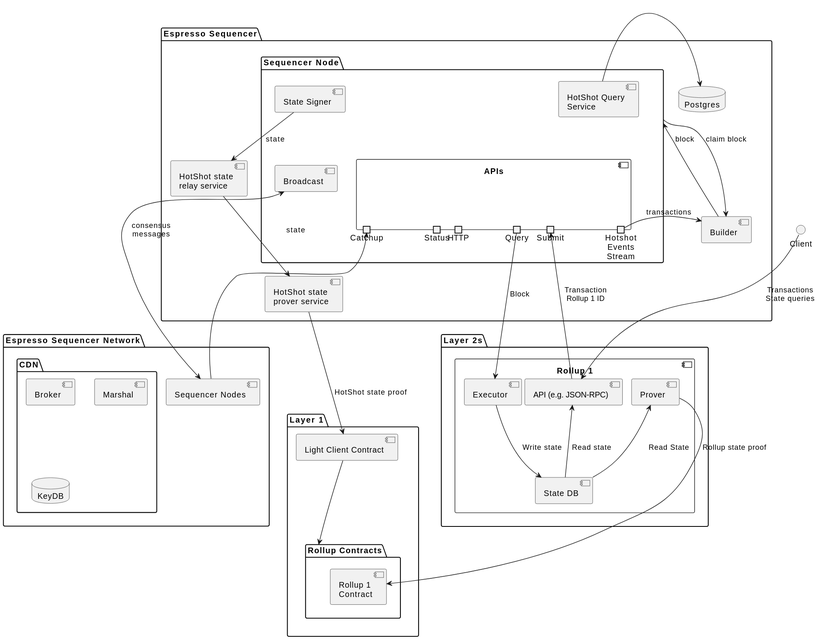
The PlantUML diagram doc/architecture.svg in EspressoSystems/espresso-sequencer, before a commit.
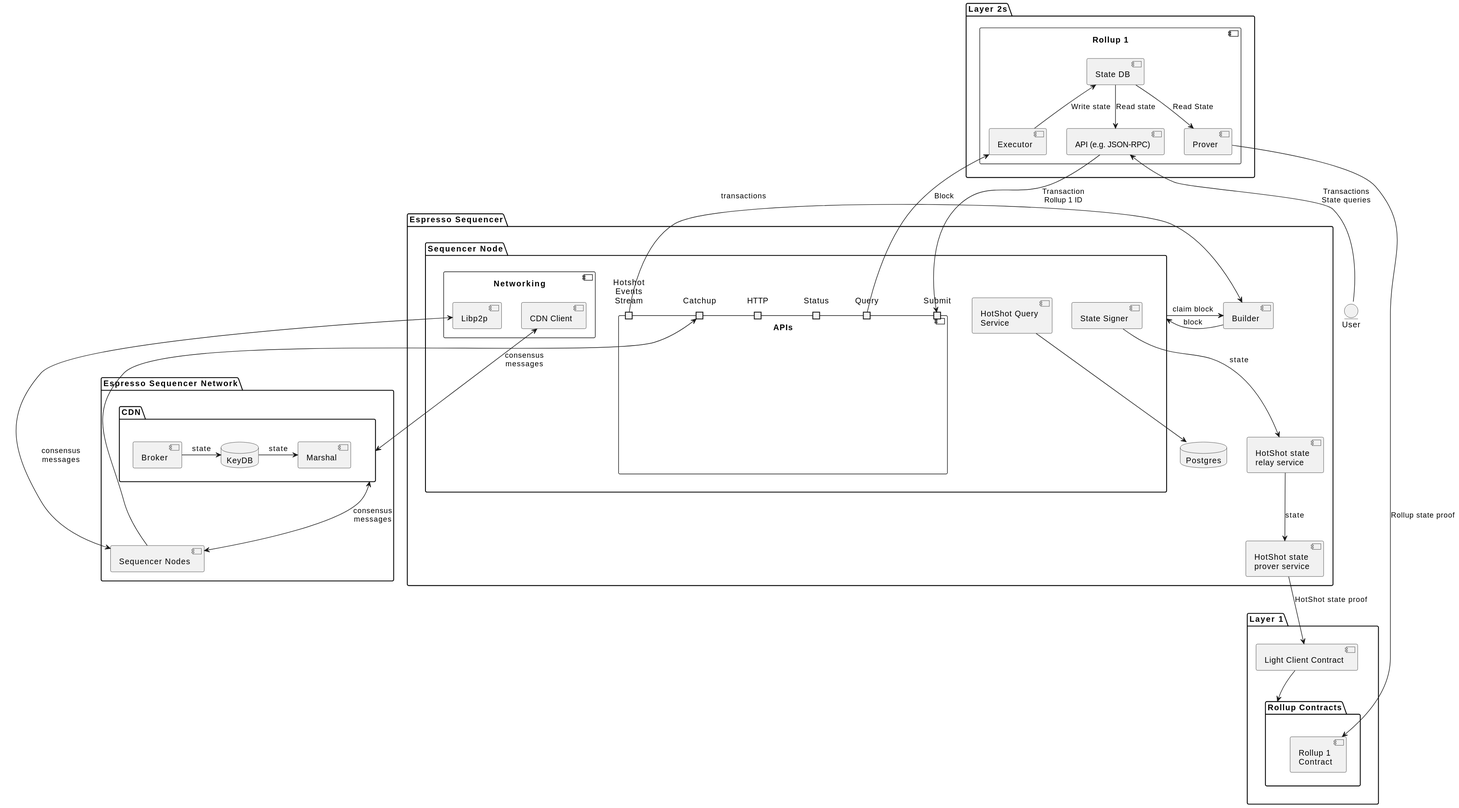
The same diagram one commit later.

What changed in the source:
```diff
@@ -8,20 +8,28 @@
     }
 }
 
+Broker -> KeyDB: state
+KeyDB -> Marshal: state
+Nodes <-up-> CDN: consensus\nmessages
+
 package "Espresso Sequencer" as Espresso {
     database "Postgres" as DB
     package "Sequencer Node" as Seq {
         component "HotShot Query\nService" as QS {
         }
         component "APIs" {
-            portout HTTP
-            portout Query
-            portout Catchup
-            portout Status
-            portout Submit
-            portout "Hotshot\nEvents\nStream" as Events
+            portin "Hotshot\nEvents\nStream" as Events
+            portin Catchup
+            portin HTTP
+            portin Status
+            portin Submit
+            portin Query
         }
-        component Broadcast
+        component "Networking"{
+            component Libp2p
+            component "CDN Client"
+        }
+
         component "State Signer" as Signer {
         }
     }
@@ -31,13 +39,13 @@
 }
 
 Nodes -up-> Catchup
-Nodes <-up-> Broadcast: consensus\nmessages
+Nodes <-up-> Libp2p: consensus\nmessages
+"CDN Client" <--> CDN: consensus\nmessages
 
-QS -> DB
+QS --> DB
 QS -[hidden]down-> APIs
-Signer -[hidden]down-> Broadcast
 Signer -down-> Relay: state
-Seq -> Builder: claim block
+Seq -right-> Builder: claim block
 Relay --> HSProver: state
 
 
@@ -59,11 +67,12 @@
     }
 }
 
-Client -down-> L2_1_RPC : Transactions\nState queries
+entity User
+User -Up-> L2_1_RPC : Transactions\nState queries
 
 L2_1_RPC -down-> Submit : Transaction\nRollup 1 ID
 
-Query -down-> L2_1_Exec : Block
+Query -up-> L2_1_Exec : Block
 
 HSProver -down-> LC_L1 : HotShot state proof
 
@@ -71,8 +80,8 @@
 
 LC_L1 -down-> L2_L1
 
-L2_1_RPC <-down- L2_1_State : Read state
-L2_1_Exec -down-> L2_1_State : Write state
-L2_1_Prover <-down- L2_1_State : Read State
+L2_1_RPC <-up- L2_1_State : Read state
+L2_1_Exec -up-> L2_1_State : Write state
+L2_1_Prover <-up- L2_1_State : Read State
 
 @enduml
```
